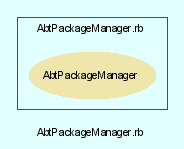
eschabell/abtlinux keeps this Graphviz diagram as src/trunk/doc/dot/f_4.png. Above is the earlier version. Its source is kept beside it as src/trunk/doc/dot/f_4.dot.
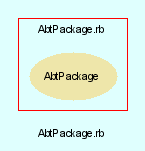
Above is the later version.

Diff of the diagram source:
```diff
@@ -3,24 +3,24 @@
     bgcolor = lightcyan1
     fontname = Arial
     fontsize = 8
-    label = "AbtPackageManager.rb"
+    label = "AbtPackage.rb"
     node [
         fontname = Arial,
         fontsize = 8,
         color = black
     ]
 
-    subgraph cluster_5 {
+    subgraph cluster_4 {
         fontname = Arial
         color = red
-        label = "AbtPackageManager.rb"
-        AbtPackageManager [
+        label = "AbtPackage.rb"
+        AbtPackage [
             fontcolor = black,
-            URL = "classes/AbtPackageManager.html",
+            URL = "classes/AbtPackage.html",
             shape = ellipse,
             color = palegoldenrod,
             style = filled,
-            label = "AbtPackageManager"
+            label = "AbtPackage"
         ]
 
     }
```
